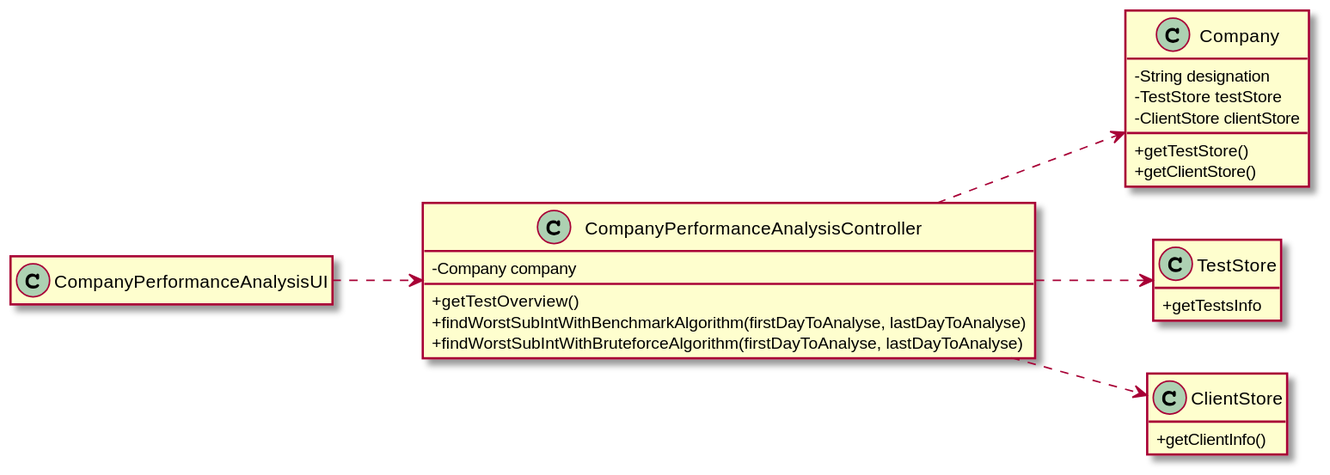
Earlier version of the PlantUML export docs/SprintD/US_16/US016_CD.svg (ana-albergaria/LAPR2-ISEP). The source it was exported from:
```plantuml
@startuml
hide empty methods
hide empty attributes
left to right direction
skinparam classAttributeIconSize 0

class Company {
    -String designation
    -TestStore testStore
    -ClientStore clientStore
    +getTestStore()
    +getClientStore()
}

class TestStore {
    +getTestsInfo
}

class ClientStore {
    +getClientInfo()
}

class CompanyPerformanceAnalysisController{
    -Company company
    +getTestOverview()
    +findWorstSubIntWithBenchmarkAlgorithm(firstDayToAnalyse, lastDayToAnalyse)
    +findWorstSubIntWithBruteforceAlgorithm(firstDayToAnalyse, lastDayToAnalyse)
}

class CompanyPerformanceAnalysisUI{
}

CompanyPerformanceAnalysisUI ..> CompanyPerformanceAnalysisController
CompanyPerformanceAnalysisController ..> Company
CompanyPerformanceAnalysisController ..> ClientStore
CompanyPerformanceAnalysisController ..> TestStore

@enduml
```
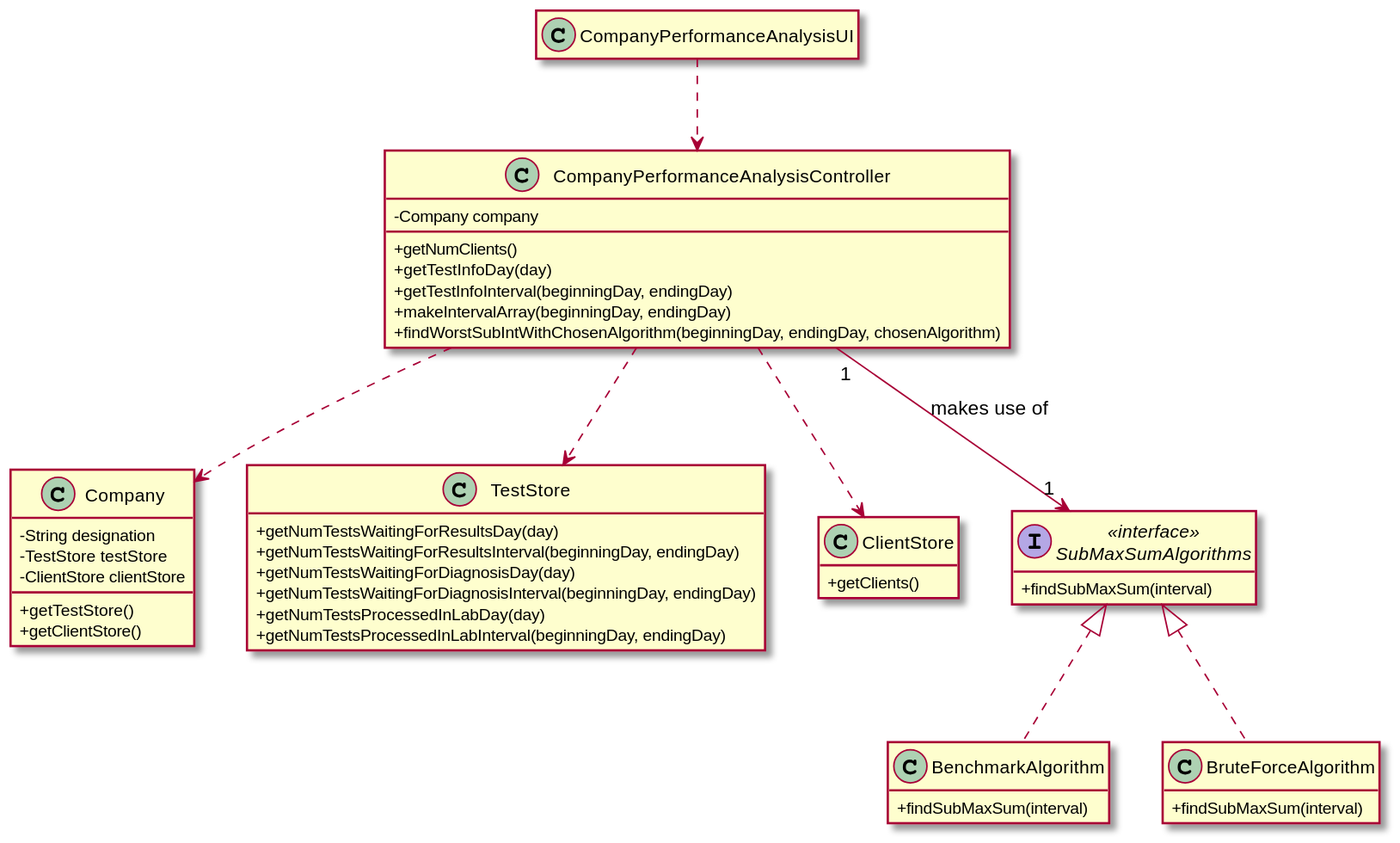
After the change.

What changed in the source:
```diff
@@ -1,7 +1,6 @@
 @startuml
 hide empty methods
 hide empty attributes
-left to right direction
 skinparam classAttributeIconSize 0
 
 class Company {
@@ -13,26 +12,49 @@
 }
 
 class TestStore {
-    +getTestsInfo
+    +getNumTestsWaitingForResultsDay(day)
+    +getNumTestsWaitingForResultsInterval(beginningDay, endingDay)
+    +getNumTestsWaitingForDiagnosisDay(day)
+    +getNumTestsWaitingForDiagnosisInterval(beginningDay, endingDay)
+    +getNumTestsProcessedInLabDay(day)
+    +getNumTestsProcessedInLabInterval(beginningDay, endingDay)
 }
 
 class ClientStore {
-    +getClientInfo()
+    +getClients()
 }
 
 class CompanyPerformanceAnalysisController{
     -Company company
-    +getTestOverview()
-    +findWorstSubIntWithBenchmarkAlgorithm(firstDayToAnalyse, lastDayToAnalyse)
-    +findWorstSubIntWithBruteforceAlgorithm(firstDayToAnalyse, lastDayToAnalyse)
+    +getNumClients()
+    +getTestInfoDay(day)
+    +getTestInfoInterval(beginningDay, endingDay)
+    +makeIntervalArray(beginningDay, endingDay)
+    +findWorstSubIntWithChosenAlgorithm(beginningDay, endingDay, chosenAlgorithm)
 }
 
 class CompanyPerformanceAnalysisUI{
+}
+
+interface SubMaxSumAlgorithms <<interface>> {
+    +findSubMaxSum(interval)
+}
+
+class BenchmarkAlgorithm{
+    +findSubMaxSum(interval)
+}
+
+class BruteForceAlgorithm{
+    +findSubMaxSum(interval)
 }
 
 CompanyPerformanceAnalysisUI ..> CompanyPerformanceAnalysisController
 CompanyPerformanceAnalysisController ..> Company
 CompanyPerformanceAnalysisController ..> ClientStore
 CompanyPerformanceAnalysisController ..> TestStore
+CompanyPerformanceAnalysisController "1" --> "1" SubMaxSumAlgorithms : makes use of
+
+class BenchmarkAlgorithm implements SubMaxSumAlgorithms
+class BruteForceAlgorithm implements SubMaxSumAlgorithms
 
 @enduml
```
